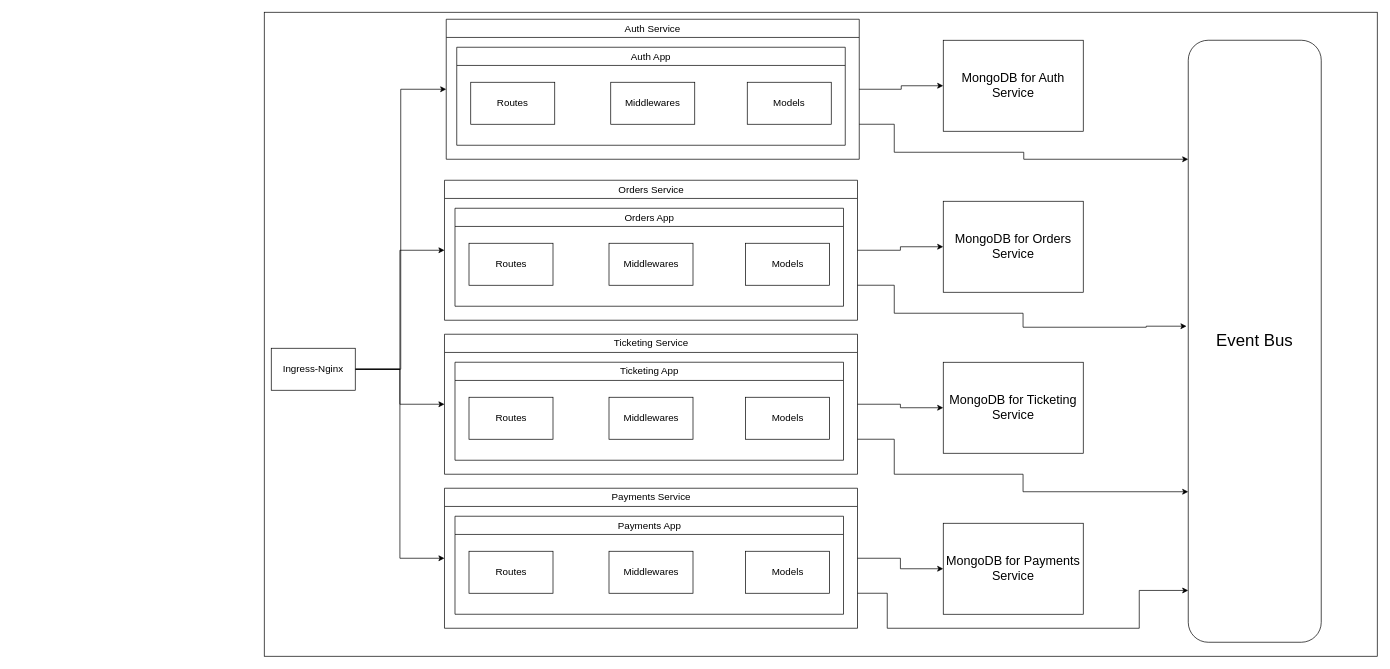
ahsandani001/ticketing keeps this draw.io diagram as project diagram.drawio. Above is the earlier version. Source tidied: cells renumbered, new cells numbered last; positions are measured from the earlier drawing's top-left corner, leaving out a move shared by most shapes. Both pictures are drawn from the tidied source at 70%, with x=0, y=0 at pixel (264, 12).
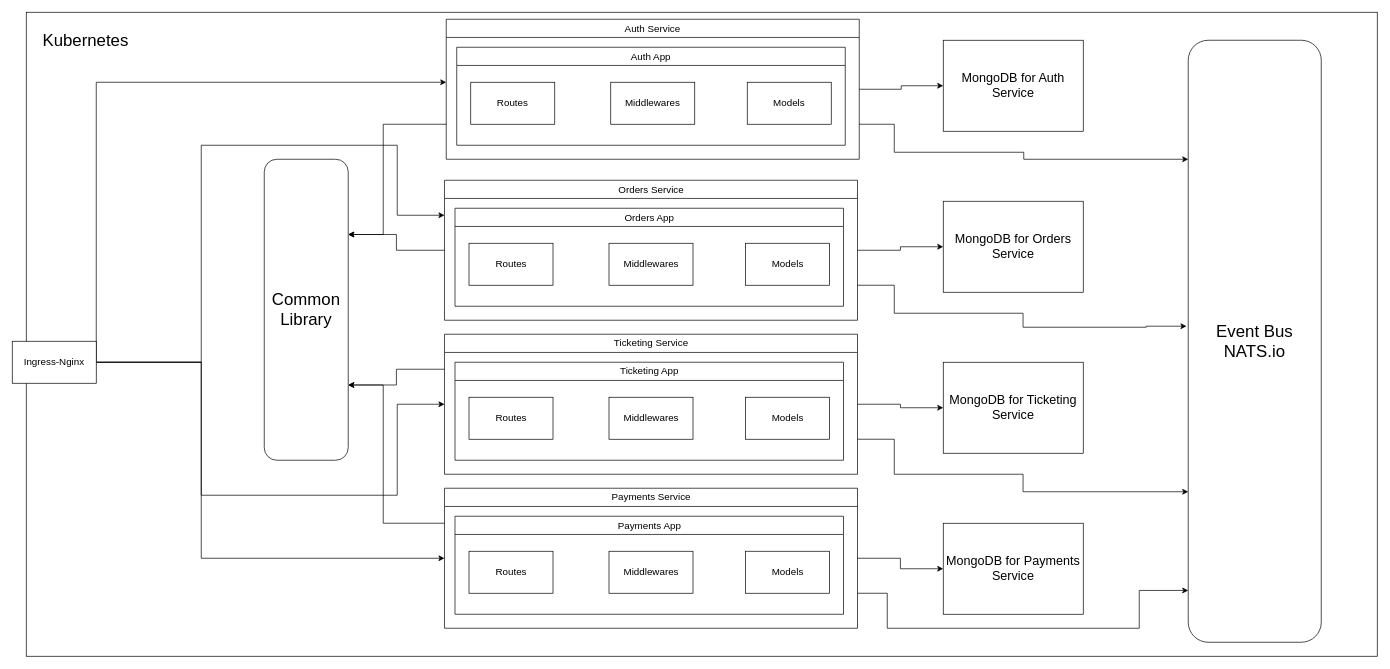
After the change.

Unchanged cells that the change refers to:
```xml
<mxCell id="10" value="Auth Service" style="swimlane;fontStyle=0;horizontal=1;startSize=26;fillColor=none;whiteSpace=wrap;html=1;fontSize=14;" parent="1" vertex="1">
  <mxGeometry x="260" y="10" width="590" height="200" as="geometry" />
</mxCell>
<mxCell id="17" value="Orders Service" style="swimlane;fontStyle=0;horizontal=1;startSize=26;fillColor=none;whiteSpace=wrap;html=1;fontSize=14;" parent="1" vertex="1">
  <mxGeometry x="257.5" y="240" width="590" height="200" as="geometry" />
</mxCell>
<mxCell id="24" value="Ticketing Service" style="swimlane;fontStyle=0;horizontal=1;startSize=26;fillColor=none;whiteSpace=wrap;html=1;fontSize=14;" parent="1" vertex="1">
  <mxGeometry x="257.5" y="460" width="590" height="200" as="geometry" />
</mxCell>
<mxCell id="31" value="Payments Service" style="swimlane;fontStyle=0;horizontal=1;startSize=26;fillColor=none;whiteSpace=wrap;html=1;fontSize=14;" parent="1" vertex="1">
  <mxGeometry x="257.5" y="680" width="590" height="200" as="geometry" />
</mxCell>
```

What changed in the source:
```diff
@@
     <mxCell id="2" style="rounded=0;whiteSpace=wrap;html=1;fillColor=none;fontSize=14;" parent="1" vertex="1">
-      <mxGeometry width="1590" height="920" as="geometry" />
+      <mxGeometry x="-340" width="1930" height="920" as="geometry" />
     </mxCell>
-    <mxCell id="3" style="edgeStyle=orthogonalEdgeStyle;rounded=0;jettySize=auto;html=1;exitX=1;exitY=0.5;exitDx=0;exitDy=0;entryX=0;entryY=0.5;entryDx=0;entryDy=0;fontSize=14;" parent="1" edge="1" source="7" target="10">
-      <mxGeometry relative="1" as="geometry" />
+    <mxCell id="3" style="edgeStyle=orthogonalEdgeStyle;rounded=0;jettySize=auto;html=1;exitX=1;exitY=0.5;exitDx=0;exitDy=0;fontSize=14;" parent="1" edge="1" source="7">
+      <mxGeometry relative="1" as="geometry">
+        <mxPoint x="260" y="100" as="targetPoint" />
+        <Array as="points">
+          <mxPoint x="-240" y="100" />
+        </Array>
+      </mxGeometry>
     </mxCell>
-    <mxCell id="4" style="edgeStyle=orthogonalEdgeStyle;rounded=0;jettySize=auto;html=1;exitX=1;exitY=0.5;exitDx=0;exitDy=0;entryX=0;entryY=0.5;entryDx=0;entryDy=0;fontSize=14;" parent="1" edge="1" source="7" target="17">
-      <mxGeometry relative="1" as="geometry" />
+    <mxCell id="4" style="edgeStyle=orthogonalEdgeStyle;rounded=0;jettySize=auto;html=1;exitX=1;exitY=0.5;exitDx=0;exitDy=0;entryX=0;entryY=0.25;entryDx=0;entryDy=0;fontSize=14;" parent="1" edge="1" source="7" target="17">
+      <mxGeometry relative="1" as="geometry">
+        <Array as="points">
+          <mxPoint x="-90" y="500" />
+          <mxPoint x="-90" y="190" />
+          <mxPoint x="190" y="190" />
+          <mxPoint x="190" y="290" />
+        </Array>
+      </mxGeometry>
     </mxCell>
     <mxCell id="5" style="edgeStyle=orthogonalEdgeStyle;rounded=0;jettySize=auto;html=1;exitX=1;exitY=0.5;exitDx=0;exitDy=0;entryX=0;entryY=0.5;entryDx=0;entryDy=0;fontSize=14;" parent="1" edge="1" source="7" target="24">
-      <mxGeometry relative="1" as="geometry" />
+      <mxGeometry relative="1" as="geometry">
+        <Array as="points">
+          <mxPoint x="-90" y="500" />
+          <mxPoint x="-90" y="690" />
+          <mxPoint x="190" y="690" />
+          <mxPoint x="190" y="560" />
+        </Array>
+      </mxGeometry>
     </mxCell>
     <mxCell id="6" style="edgeStyle=orthogonalEdgeStyle;rounded=0;jettySize=auto;html=1;exitX=1;exitY=0.5;exitDx=0;exitDy=0;entryX=0;entryY=0.5;entryDx=0;entryDy=0;fontSize=14;" parent="1" edge="1" source="7" target="31">
-      <mxGeometry relative="1" as="geometry" />
+      <mxGeometry relative="1" as="geometry">
+        <Array as="points">
+          <mxPoint x="-90" y="500" />
+          <mxPoint x="-90" y="780" />
+        </Array>
+      </mxGeometry>
     </mxCell>
     <mxCell id="7" value="Ingress-Nginx" style="rounded=0;whiteSpace=wrap;html=1;fontSize=14;" parent="1" vertex="1">
-      <mxGeometry x="10" y="480" width="120" height="60" as="geometry" />
+      <mxGeometry x="-360" y="470" width="120" height="60" as="geometry" />
     </mxCell>
@@
+    <mxCell id="41" style="edgeStyle=orthogonalEdgeStyle;rounded=0;jettySize=auto;html=1;exitX=0;exitY=0.75;exitDx=0;exitDy=0;entryX=1;entryY=0.25;entryDx=0;entryDy=0;" parent="1" edge="1" source="10" target="46">
+      <mxGeometry relative="1" as="geometry">
+        <Array as="points">
+          <mxPoint x="170" y="160" />
+          <mxPoint x="170" y="318" />
+        </Array>
+      </mxGeometry>
+    </mxCell>
@@
+    <mxCell id="42" style="edgeStyle=orthogonalEdgeStyle;rounded=0;jettySize=auto;html=1;exitX=0;exitY=0.5;exitDx=0;exitDy=0;entryX=1;entryY=0.25;entryDx=0;entryDy=0;" parent="1" edge="1" source="17" target="46">
+      <mxGeometry relative="1" as="geometry" />
+    </mxCell>
@@
+    <mxCell id="43" style="edgeStyle=orthogonalEdgeStyle;rounded=0;jettySize=auto;html=1;exitX=0;exitY=0.25;exitDx=0;exitDy=0;entryX=1;entryY=0.75;entryDx=0;entryDy=0;" parent="1" edge="1" source="24" target="46">
+      <mxGeometry relative="1" as="geometry" />
+    </mxCell>
@@
+    <mxCell id="44" style="edgeStyle=orthogonalEdgeStyle;rounded=0;jettySize=auto;html=1;exitX=0;exitY=0.25;exitDx=0;exitDy=0;entryX=1;entryY=0.75;entryDx=0;entryDy=0;" parent="1" edge="1" source="31" target="46">
+      <mxGeometry relative="1" as="geometry">
+        <Array as="points">
+          <mxPoint x="170" y="730" />
+          <mxPoint x="170" y="533" />
+        </Array>
+      </mxGeometry>
+    </mxCell>
@@
-    <mxCell id="40" value="Event Bus" style="rounded=1;whiteSpace=wrap;html=1;fontSize=24;" parent="1" vertex="1">
+    <mxCell id="40" value="Event Bus&lt;br&gt;NATS.io" style="rounded=1;whiteSpace=wrap;html=1;fontSize=24;" parent="1" vertex="1">
       <mxGeometry x="1320" y="40" width="190" height="860" as="geometry" />
     </mxCell>
+    <mxCell id="45" value="&lt;font style=&quot;font-size: 24px;&quot;&gt;Kubernetes&lt;/font&gt;" style="text;html=1;strokeColor=none;fillColor=none;align=center;verticalAlign=middle;whiteSpace=wrap;rounded=0;" parent="1" vertex="1">
+      <mxGeometry x="-340" width="170" height="80" as="geometry" />
+    </mxCell>
+    <mxCell id="46" value="Common &lt;br&gt;Library" style="rounded=1;whiteSpace=wrap;html=1;fontSize=24;" parent="1" vertex="1">
+      <mxGeometry y="210" width="120" height="430" as="geometry" />
+    </mxCell>
```
